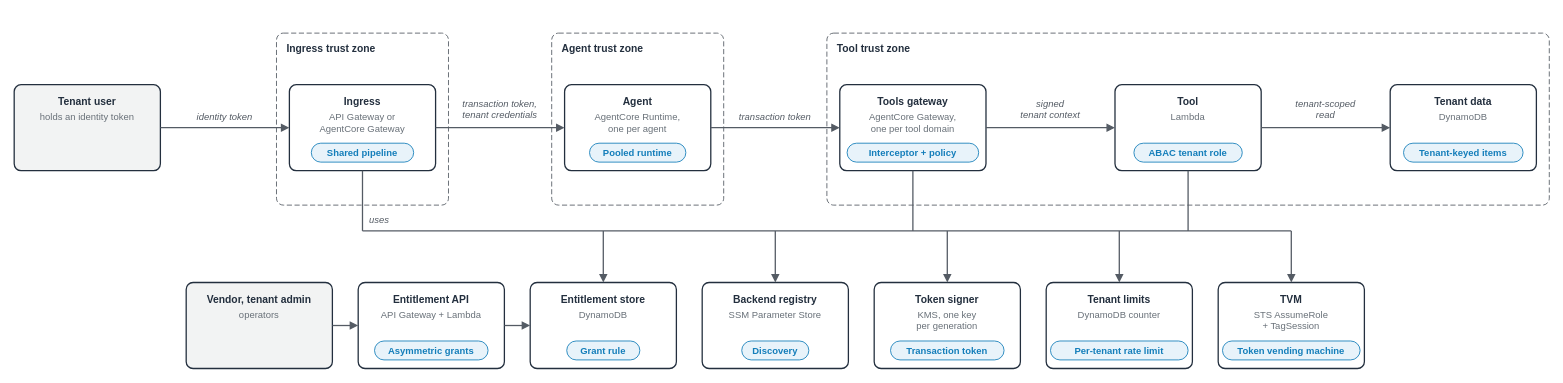
aws-samples/sample-agentic-ai-acceleration-patterns keeps this draw.io diagram as samples/agentic-runtime-isolation/diagrams/agentic-runtime-isolation.components.drawio. Above is the earlier version. Source tidied: cells renumbered, new cells numbered last; positions are measured from the earlier drawing's top-left corner, leaving out a move shared by most shapes. Both pictures are drawn from the tidied source at 86%, with x=0, y=0 at pixel (14, 33).
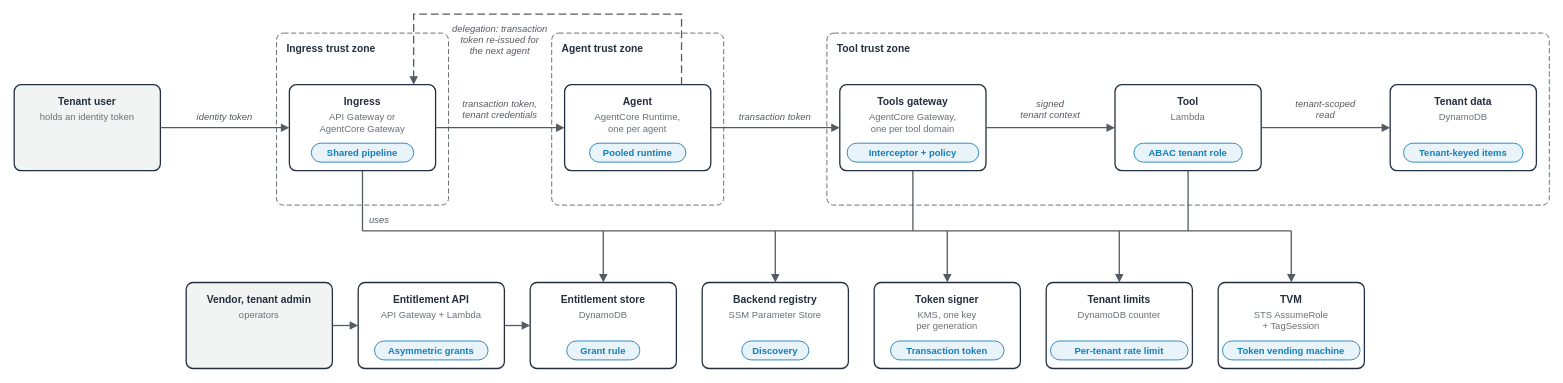
The same diagram, later.

Unchanged cells that the change refers to:
```xml
<mxCell id="8" style="rounded=1;arcSize=8;html=0;fillColor=#FFFFFF;strokeColor=#232F3E;strokeWidth=1.5;" parent="1" vertex="1">
  <mxGeometry x="320" y="60" width="170" height="100" as="geometry" />
</mxCell>
<mxCell id="12" style="rounded=1;arcSize=8;html=0;fillColor=#FFFFFF;strokeColor=#232F3E;strokeWidth=1.5;" parent="1" vertex="1">
  <mxGeometry x="640" y="60" width="170" height="100" as="geometry" />
</mxCell>
```

Change to the diagram source:
```diff
@@
+    <mxCell id="77" style="edgeStyle=orthogonalEdgeStyle;rounded=0;html=0;strokeColor=#545B64;strokeWidth=1.5;dashed=1;dashPattern=6 3;endArrow=block;endFill=1;exitX=0.8;exitY=0;exitDx=0;exitDy=0;entryX=0.85;entryY=0;entryDx=0;entryDy=0;" parent="1" edge="1" source="12" target="8">
+      <mxGeometry relative="1" as="geometry">
+        <Array as="points">
+          <mxPoint x="776" y="-22" />
+          <mxPoint x="464.5" y="-22" />
+        </Array>
+      </mxGeometry>
+    </mxCell>
+    <mxCell id="78" value="delegation: transaction&#10;token re-issued for&#10;the next agent" style="text;html=0;align=center;verticalAlign=top;fontSize=11;fontStyle=2;fontColor=#545B64;spacing=0;spacingTop=0;" parent="1" vertex="1">
+      <mxGeometry x="495" y="-16" width="140" height="31" as="geometry" />
+    </mxCell>
```
